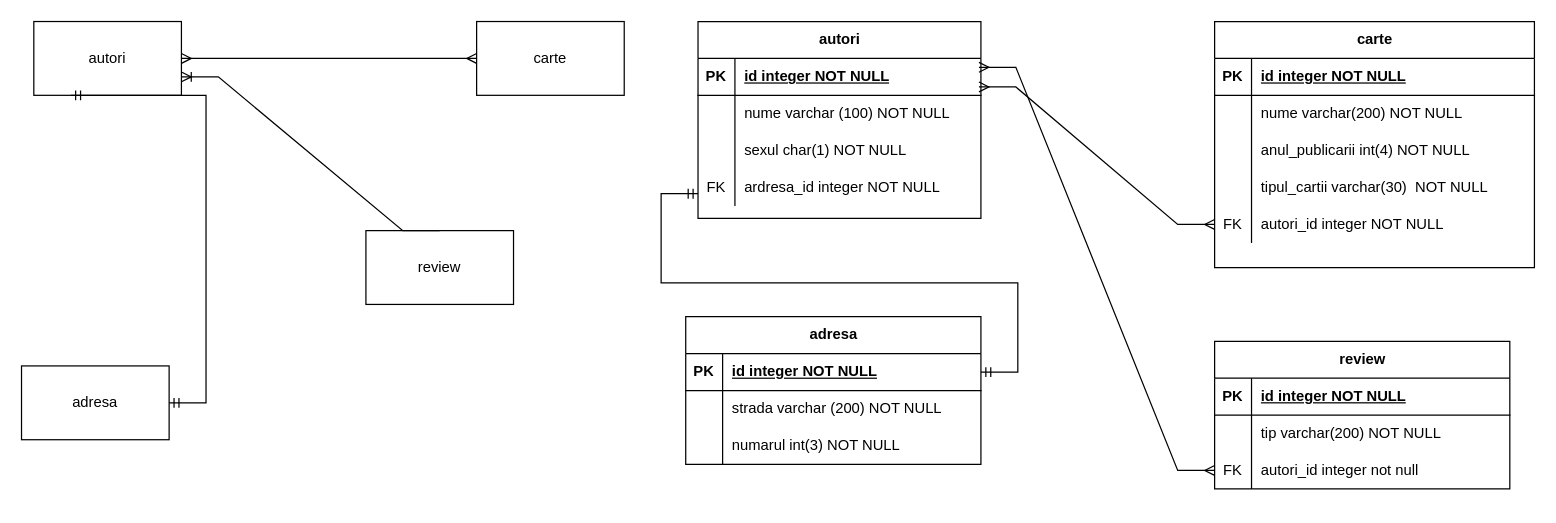
Above: exerciti_16_12_2023.drawio in cristian19122001/modelare_db (draw.io), before the change. Source tidied: cells renumbered, new cells numbered last; positions are measured from the earlier drawing's top-left corner, leaving out a move shared by most shapes. Both pictures are drawn from the tidied source at 123%, with x=0, y=0 at pixel (21, 21).
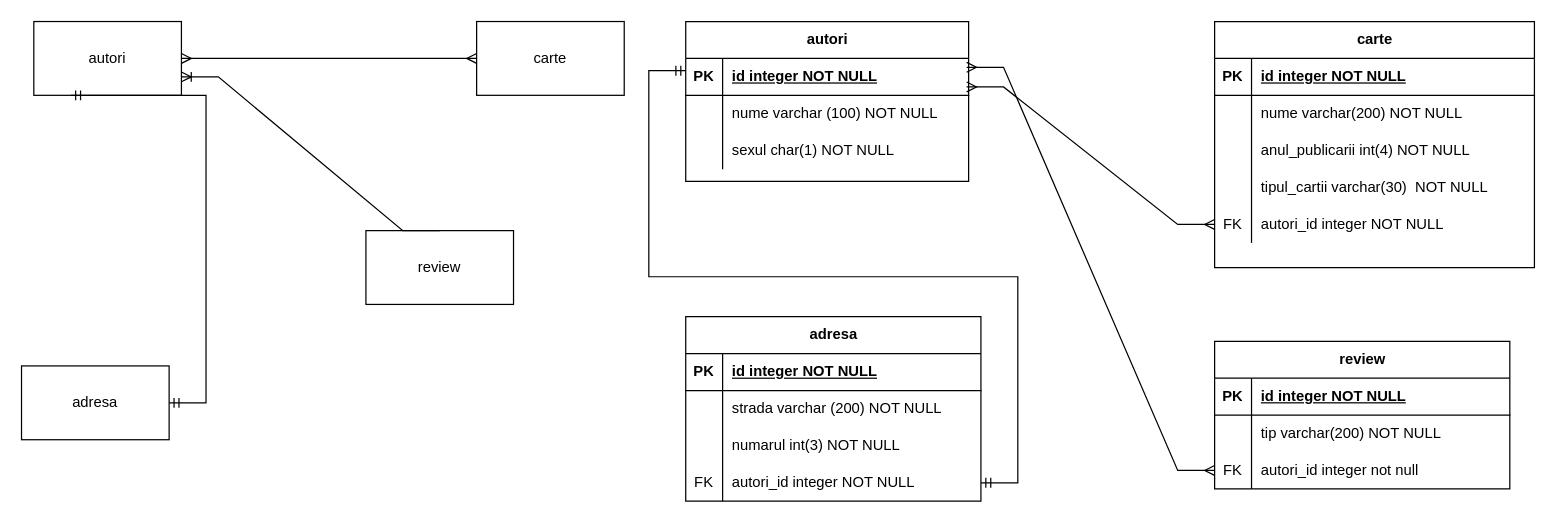
The same diagram, later.

The change refers to these unchanged cells:
```xml
<mxCell id="39" style="shape=tableRow;horizontal=0;startSize=0;swimlaneHead=0;swimlaneBody=0;fillColor=none;points=[[0,0.5],[1,0.5]];portConstraint=eastwest;top=0;left=0;right=0;bottom=1;" parent="38" vertex="1">
  <mxGeometry y="30" width="240" height="30" as="geometry" />
</mxCell>
```

Change to the diagram source:
```diff
@@
     <mxCell id="9" value="autori" style="shape=table;startSize=30;childLayout=tableLayout;rowLines=0;fontStyle=1;align=center;html=1;" parent="1" vertex="1">
-      <mxGeometry x="550" width="230" height="160" as="geometry" />
+      <mxGeometry x="540" width="230" height="130" as="geometry" />
     </mxCell>
@@
-    <mxCell id="19" style="shape=tableRow;horizontal=0;startSize=0;swimlaneHead=0;swimlaneBody=0;fillColor=none;top=0;left=0;right=0;bottom=0;" parent="9" vertex="1">
-      <mxGeometry y="120" width="230" height="30" as="geometry" />
-    </mxCell>
-    <mxCell id="20" value="FK" style="shape=partialRectangle;fillColor=none;top=0;left=0;bottom=0;right=0;overflow=hidden;whiteSpace=wrap;html=1;" parent="19" vertex="1">
-      <mxGeometry width="30" height="30" as="geometry" />
-    </mxCell>
-    <mxCell id="21" value="ardresa_id integer NOT NULL" style="shape=partialRectangle;fillColor=none;top=0;left=0;bottom=0;right=0;align=left;spacingLeft=6;overflow=hidden;whiteSpace=wrap;html=1;" parent="19" vertex="1">
-      <mxGeometry x="30" width="200" height="30" as="geometry" />
-    </mxCell>
@@
     <mxCell id="38" value="adresa" style="shape=table;startSize=30;childLayout=tableLayout;rowLines=0;fontStyle=1;align=center;html=1;" parent="1" vertex="1">
-      <mxGeometry x="540" y="240" width="240" height="120" as="geometry" />
+      <mxGeometry x="540" y="240" width="240" height="150" as="geometry" />
     </mxCell>
@@
+    <mxCell id="61" style="shape=tableRow;horizontal=0;startSize=0;swimlaneHead=0;swimlaneBody=0;fillColor=none;points=[[0,0.5],[1,0.5]];portConstraint=eastwest;top=0;left=0;right=0;bottom=0;" parent="38" vertex="1">
+      <mxGeometry y="120" width="240" height="30" as="geometry" />
+    </mxCell>
+    <mxCell id="20" value="FK" style="shape=partialRectangle;fillColor=none;top=0;left=0;bottom=0;right=0;overflow=hidden;whiteSpace=wrap;html=1;" parent="61" vertex="1">
+      <mxGeometry width="30" height="30" as="geometry" />
+    </mxCell>
+    <mxCell id="62" value="autori_id integer NOT NULL" style="shape=partialRectangle;fillColor=none;top=0;left=0;bottom=0;right=0;align=left;spacingLeft=6;overflow=hidden;whiteSpace=wrap;html=1;" parent="61" vertex="1">
+      <mxGeometry x="30" width="210" height="30" as="geometry" />
+    </mxCell>
@@
-    <mxCell id="59" style="edgeStyle=entityRelationEdgeStyle;fontSize=12;html=1;endArrow=ERmandOne;startArrow=ERmandOne;rounded=0;exitX=1;exitY=0.5;exitDx=0;exitDy=0;" parent="1" edge="1" source="39">
+    <mxCell id="59" style="edgeStyle=entityRelationEdgeStyle;fontSize=12;html=1;endArrow=ERmandOne;startArrow=ERmandOne;rounded=0;exitX=1;exitY=0.5;exitDx=0;exitDy=0;" parent="1" edge="1" source="61">
       <mxGeometry relative="1" as="geometry">
-        <mxPoint x="550" y="140" as="targetPoint" />
+        <mxPoint x="540" y="40" as="targetPoint" />
       </mxGeometry>
     </mxCell>
```
